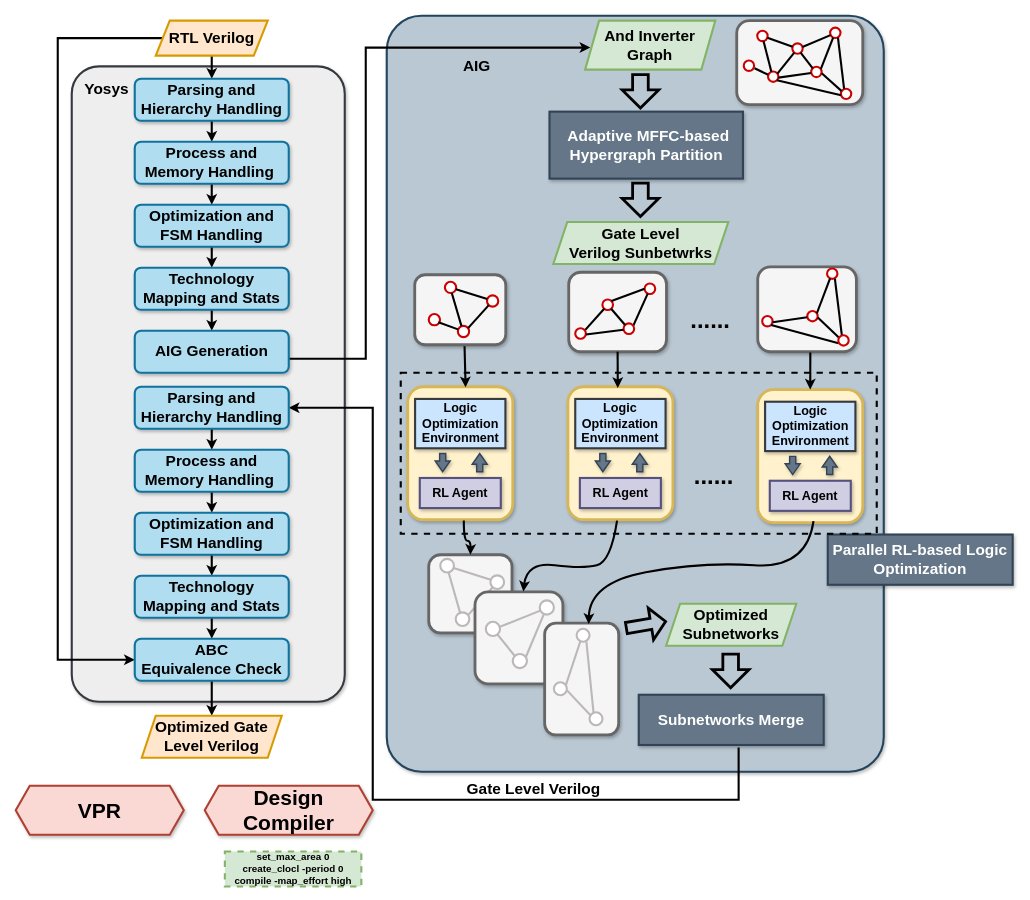
Before: experimentFlow.drawio in kxzhu0505/LogicSynOpt, a draw.io diagram. Source tidied: cells renumbered, new cells numbered last; positions are measured from the earlier drawing's top-left corner, leaving out a move shared by most shapes. Both pictures are drawn from the tidied source at 70%, with x=0, y=0 at pixel (15, 15).
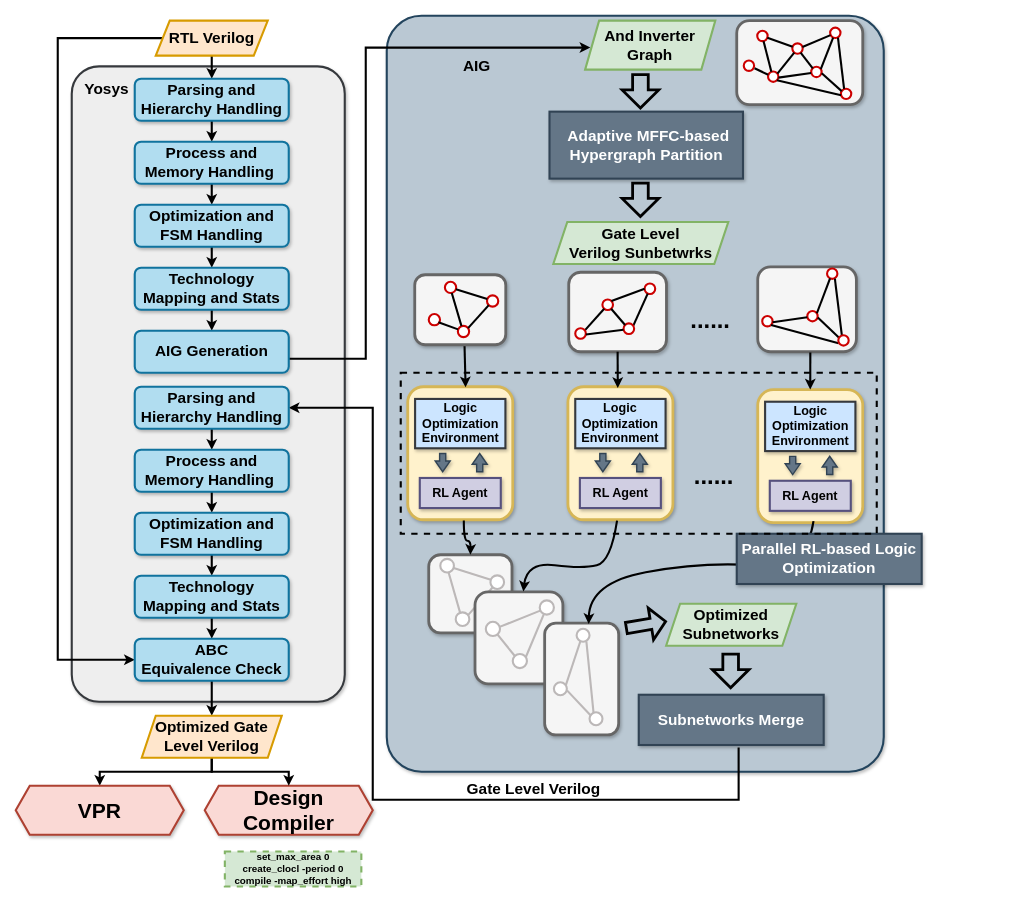
After the change.

The change refers to these unchanged cells:
```xml
<mxCell id="3" value="&lt;font face=&quot;Helvetica&quot; size=&quot;1&quot;&gt;&lt;b style=&quot;font-size: 30px;&quot;&gt;Design Compiler&lt;/b&gt;&lt;/font&gt;" style="shape=hexagon;perimeter=hexagonPerimeter2;whiteSpace=wrap;html=1;fixedSize=1;strokeColor=#ae4132;fillColor=#fad9d5;strokeWidth=3;shadow=1;" parent="1" vertex="1">
  <mxGeometry x="270" y="1100" width="240" height="70" as="geometry" />
</mxCell>
<mxCell id="143" value="&lt;b style=&quot;&quot;&gt;&lt;font style=&quot;font-size: 22px;&quot;&gt;Optimized Gate Level Verilog&lt;/font&gt;&lt;/b&gt;" style="shape=parallelogram;perimeter=parallelogramPerimeter;whiteSpace=wrap;html=1;fixedSize=1;fillColor=#ffe6cc;strokeColor=#d79b00;strokeWidth=3;" parent="1" vertex="1">
  <mxGeometry x="180" y="1000" width="200" height="60" as="geometry" />
</mxCell>
<mxCell id="144" value="&lt;span style=&quot;font-size: 30px;&quot;&gt;&lt;b&gt;VPR&lt;/b&gt;&lt;/span&gt;" style="shape=hexagon;perimeter=hexagonPerimeter2;whiteSpace=wrap;html=1;fixedSize=1;strokeColor=#ae4132;fillColor=#fad9d5;strokeWidth=3;shadow=1;" parent="1" vertex="1">
  <mxGeometry y="1100" width="240" height="70" as="geometry" />
</mxCell>
```

What changed in the source:
```diff
@@
     <mxCell id="121" value="&lt;span style=&quot;font-size: 22px;&quot;&gt;&lt;b&gt;Parallel RL-based Logic Optimization&lt;/b&gt;&lt;/span&gt;" style="rounded=0;whiteSpace=wrap;html=1;fillColor=#647687;fontColor=#ffffff;strokeColor=#314354;strokeWidth=3;shadow=1;" parent="1" vertex="1">
-      <mxGeometry x="1160" y="741.1" width="264.2" height="71.8" as="geometry" />
+      <mxGeometry x="1030" y="740" width="264.2" height="71.8" as="geometry" />
     </mxCell>
@@
+    <mxCell id="145" style="edgeStyle=orthogonalEdgeStyle;rounded=0;jettySize=auto;html=1;entryX=0.5;entryY=0;entryDx=0;entryDy=0;strokeWidth=3;" parent="1" edge="1" source="143" target="144">
+      <mxGeometry relative="1" as="geometry" />
+    </mxCell>
+    <mxCell id="146" style="edgeStyle=orthogonalEdgeStyle;rounded=0;jettySize=auto;html=1;entryX=0.5;entryY=0;entryDx=0;entryDy=0;strokeWidth=3;" parent="1" edge="1" source="143" target="3">
+      <mxGeometry relative="1" as="geometry" />
+    </mxCell>
```
